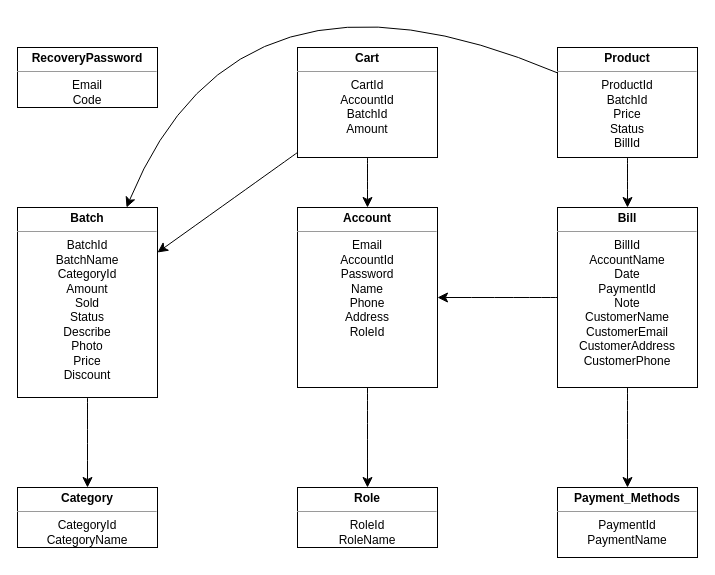
Before: Biểu đồ không có tiêu đề.drawio in extasun/Ph-n-t-ch-thi-t-k--HTTT, a draw.io diagram. Source tidied: cells renumbered, new cells numbered last; positions are measured from the earlier drawing's top-left corner, leaving out a move shared by most shapes. Both pictures are drawn from the tidied source at 100%, with x=0, y=0 at pixel (17, -63).
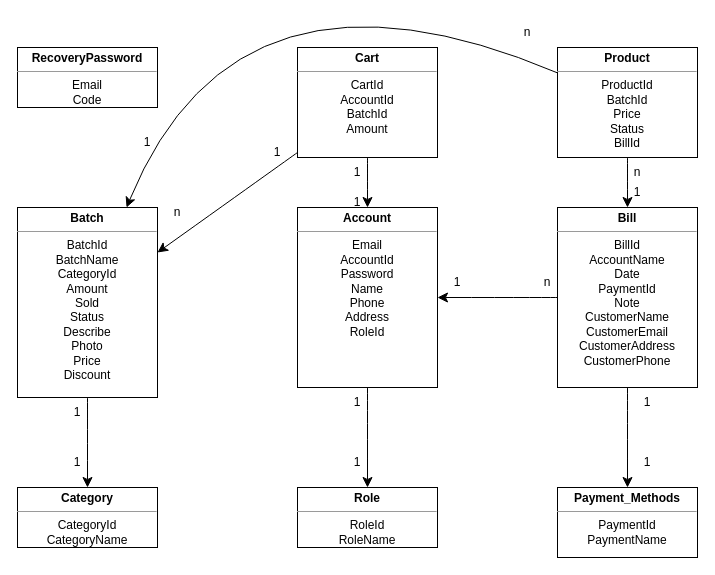
The same page after the edit.

Commit message:
Cập nhật Biểu đồ không có tiêu đề.drawio

What changed in the source:
```diff
@@
+    <mxCell id="20" value="1" style="text;html=1;strokeColor=none;fillColor=none;align=center;verticalAlign=middle;whiteSpace=wrap;rounded=0;" parent="1" vertex="1">
+      <mxGeometry x="100" y="190" width="60" height="30" as="geometry" />
+    </mxCell>
+    <mxCell id="21" value="1" style="text;html=1;strokeColor=none;fillColor=none;align=center;verticalAlign=middle;whiteSpace=wrap;rounded=0;" parent="1" vertex="1">
+      <mxGeometry x="310" y="220" width="60" height="30" as="geometry" />
+    </mxCell>
+    <mxCell id="22" value="1" style="text;html=1;strokeColor=none;fillColor=none;align=center;verticalAlign=middle;whiteSpace=wrap;rounded=0;" parent="1" vertex="1">
+      <mxGeometry x="310" y="250" width="60" height="30" as="geometry" />
+    </mxCell>
+    <mxCell id="23" value="n" style="text;html=1;strokeColor=none;fillColor=none;align=center;verticalAlign=middle;whiteSpace=wrap;rounded=0;" parent="1" vertex="1">
+      <mxGeometry x="480" y="80" width="60" height="30" as="geometry" />
+    </mxCell>
+    <mxCell id="24" value="n" style="text;html=1;strokeColor=none;fillColor=none;align=center;verticalAlign=middle;whiteSpace=wrap;rounded=0;" parent="1" vertex="1">
+      <mxGeometry x="500" y="330" width="60" height="30" as="geometry" />
+    </mxCell>
+    <mxCell id="25" value="1" style="text;html=1;strokeColor=none;fillColor=none;align=center;verticalAlign=middle;whiteSpace=wrap;rounded=0;" parent="1" vertex="1">
+      <mxGeometry x="410" y="330" width="60" height="30" as="geometry" />
+    </mxCell>
+    <mxCell id="26" value="1" style="text;html=1;strokeColor=none;fillColor=none;align=center;verticalAlign=middle;whiteSpace=wrap;rounded=0;" parent="1" vertex="1">
+      <mxGeometry x="310" y="450" width="60" height="30" as="geometry" />
+    </mxCell>
+    <mxCell id="27" value="1" style="text;html=1;strokeColor=none;fillColor=none;align=center;verticalAlign=middle;whiteSpace=wrap;rounded=0;" parent="1" vertex="1">
+      <mxGeometry x="310" y="510" width="60" height="30" as="geometry" />
+    </mxCell>
+    <mxCell id="28" value="1" style="text;html=1;strokeColor=none;fillColor=none;align=center;verticalAlign=middle;whiteSpace=wrap;rounded=0;" parent="1" vertex="1">
+      <mxGeometry x="600" y="450" width="60" height="30" as="geometry" />
+    </mxCell>
+    <mxCell id="29" value="1" style="text;html=1;strokeColor=none;fillColor=none;align=center;verticalAlign=middle;whiteSpace=wrap;rounded=0;" parent="1" vertex="1">
+      <mxGeometry x="600" y="510" width="60" height="30" as="geometry" />
+    </mxCell>
+    <mxCell id="30" value="n" style="text;html=1;strokeColor=none;fillColor=none;align=center;verticalAlign=middle;whiteSpace=wrap;rounded=0;" parent="1" vertex="1">
+      <mxGeometry x="590" y="220" width="60" height="30" as="geometry" />
+    </mxCell>
+    <mxCell id="31" value="1" style="text;html=1;strokeColor=none;fillColor=none;align=center;verticalAlign=middle;whiteSpace=wrap;rounded=0;" parent="1" vertex="1">
+      <mxGeometry x="590" y="240" width="60" height="30" as="geometry" />
+    </mxCell>
+    <mxCell id="32" value="1" style="text;html=1;strokeColor=none;fillColor=none;align=center;verticalAlign=middle;whiteSpace=wrap;rounded=0;" parent="1" vertex="1">
+      <mxGeometry x="230" y="200" width="60" height="30" as="geometry" />
+    </mxCell>
+    <mxCell id="33" value="n" style="text;html=1;strokeColor=none;fillColor=none;align=center;verticalAlign=middle;whiteSpace=wrap;rounded=0;" parent="1" vertex="1">
+      <mxGeometry x="130" y="260" width="60" height="30" as="geometry" />
+    </mxCell>
+    <mxCell id="34" value="1" style="text;html=1;strokeColor=none;fillColor=none;align=center;verticalAlign=middle;whiteSpace=wrap;rounded=0;" parent="1" vertex="1">
+      <mxGeometry x="30" y="460" width="60" height="30" as="geometry" />
+    </mxCell>
+    <mxCell id="35" value="1" style="text;html=1;strokeColor=none;fillColor=none;align=center;verticalAlign=middle;whiteSpace=wrap;rounded=0;" parent="1" vertex="1">
+      <mxGeometry x="30" y="510" width="60" height="30" as="geometry" />
+    </mxCell>
```
